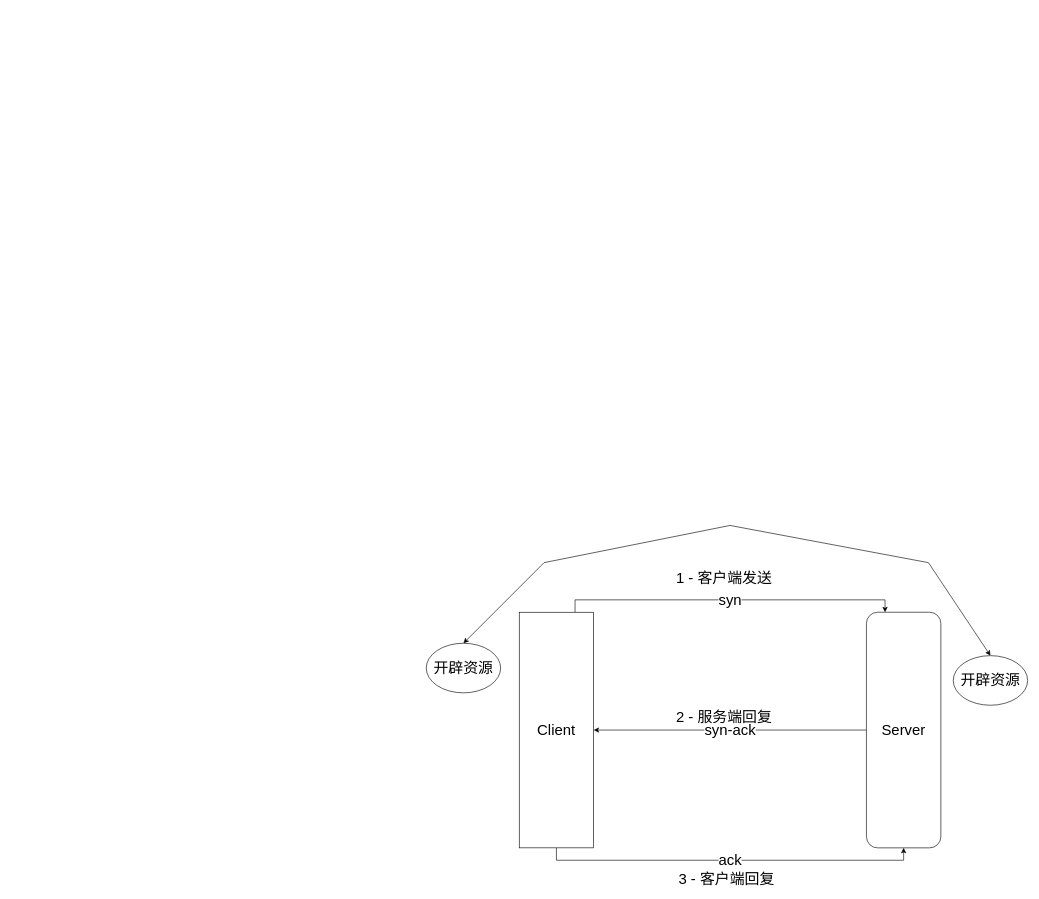
Before: TCP连接三次握手实现.drawio in lynxlangya/diawio-folder, a draw.io diagram. Source tidied: cells renumbered, new cells numbered last; positions are measured from the earlier drawing's top-left corner, leaving out a move shared by most shapes. Both pictures are drawn from the tidied source at 62%, with x=0, y=0 at pixel (426, 525).
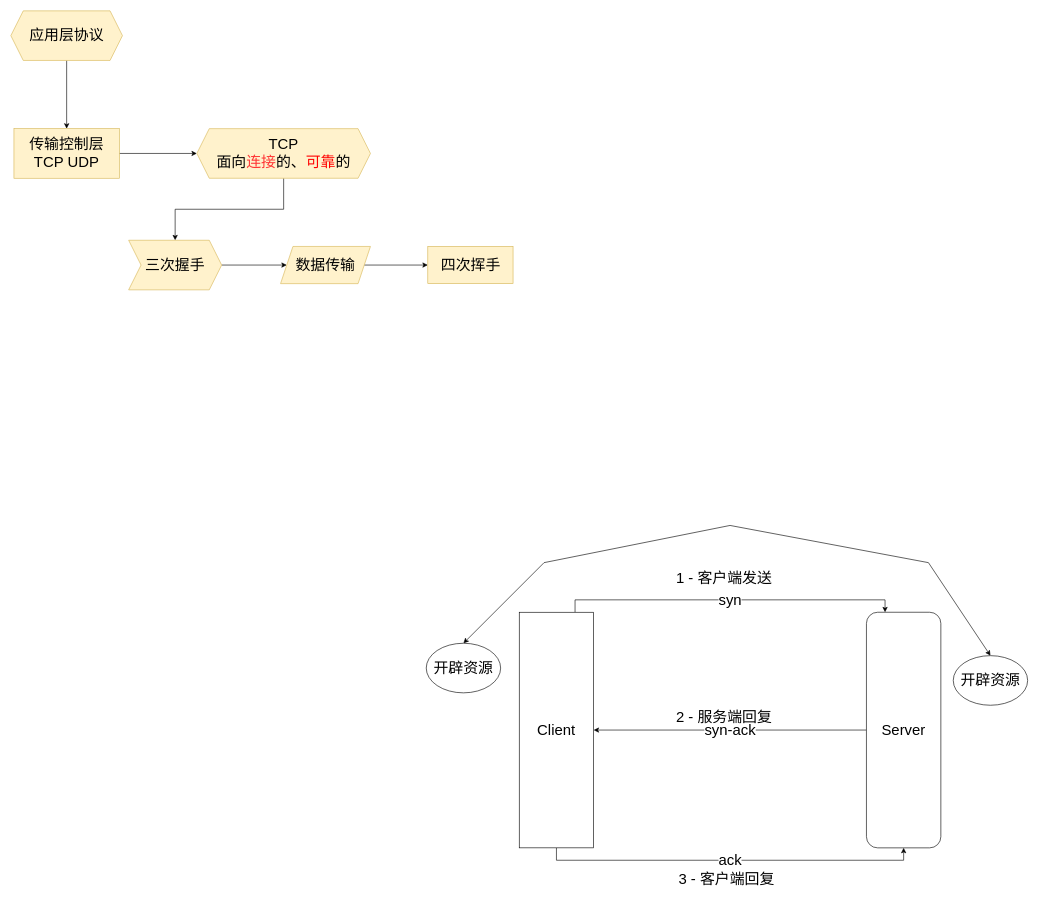
After the change.

What changed in the source:
```diff
@@
+    <mxCell id="13" style="edgeStyle=orthogonalEdgeStyle;rounded=0;jettySize=auto;html=1;fontSize=24;" parent="1" edge="1" source="14" target="16">
+      <mxGeometry relative="1" as="geometry" />
+    </mxCell>
+    <mxCell id="14" value="应用层协议" style="shape=hexagon;perimeter=hexagonPerimeter2;whiteSpace=wrap;html=1;fixedSize=1;fontSize=24;fillColor=#fff2cc;strokeColor=#d6b656;" parent="1" vertex="1">
+      <mxGeometry x="-670" y="-830" width="180" height="80" as="geometry" />
+    </mxCell>
+    <mxCell id="15" style="edgeStyle=orthogonalEdgeStyle;rounded=0;jettySize=auto;html=1;fontSize=24;" parent="1" edge="1" source="16" target="18">
+      <mxGeometry relative="1" as="geometry" />
+    </mxCell>
+    <mxCell id="16" value="传输控制层&lt;br&gt;TCP UDP" style="whiteSpace=wrap;html=1;fontSize=24;strokeColor=#d6b656;fillColor=#fff2cc;" parent="1" vertex="1">
+      <mxGeometry x="-665" y="-640" width="170" height="80" as="geometry" />
+    </mxCell>
+    <mxCell id="17" style="edgeStyle=orthogonalEdgeStyle;rounded=0;jettySize=auto;html=1;fontSize=24;fontColor=#FF0000;" parent="1" edge="1" source="18" target="20">
+      <mxGeometry relative="1" as="geometry" />
+    </mxCell>
+    <mxCell id="18" value="TCP&lt;br&gt;面向&lt;font color=&quot;#ff3333&quot;&gt;连接&lt;/font&gt;的、&lt;font color=&quot;#ff0000&quot;&gt;可靠&lt;/font&gt;的" style="shape=hexagon;perimeter=hexagonPerimeter2;whiteSpace=wrap;html=1;fixedSize=1;fontSize=24;strokeColor=#d6b656;fillColor=#fff2cc;" parent="1" vertex="1">
+      <mxGeometry x="-370" y="-640" width="280" height="80" as="geometry" />
+    </mxCell>
+    <mxCell id="19" style="edgeStyle=orthogonalEdgeStyle;rounded=0;jettySize=auto;html=1;fontSize=24;fontColor=#FF0000;" parent="1" edge="1" source="20" target="22">
+      <mxGeometry relative="1" as="geometry" />
+    </mxCell>
+    <mxCell id="20" value="三次握手" style="shape=step;perimeter=stepPerimeter;whiteSpace=wrap;html=1;fixedSize=1;fontSize=24;strokeColor=#d6b656;fillColor=#fff2cc;" parent="1" vertex="1">
+      <mxGeometry x="-480" y="-460" width="150" height="80" as="geometry" />
+    </mxCell>
+    <mxCell id="21" style="edgeStyle=orthogonalEdgeStyle;rounded=0;jettySize=auto;html=1;fontSize=24;fontColor=#FF0000;" parent="1" edge="1" source="22" target="23">
+      <mxGeometry relative="1" as="geometry" />
+    </mxCell>
+    <mxCell id="22" value="数据传输" style="shape=parallelogram;perimeter=parallelogramPerimeter;whiteSpace=wrap;html=1;fixedSize=1;fontSize=24;strokeColor=#d6b656;fillColor=#fff2cc;" parent="1" vertex="1">
+      <mxGeometry x="-235" y="-450" width="145" height="60" as="geometry" />
+    </mxCell>
+    <mxCell id="23" value="四次挥手" style="whiteSpace=wrap;html=1;fontSize=24;strokeColor=#d6b656;fillColor=#fff2cc;" parent="1" vertex="1">
+      <mxGeometry x="2.5" y="-450" width="137.5" height="60" as="geometry" />
+    </mxCell>
```
